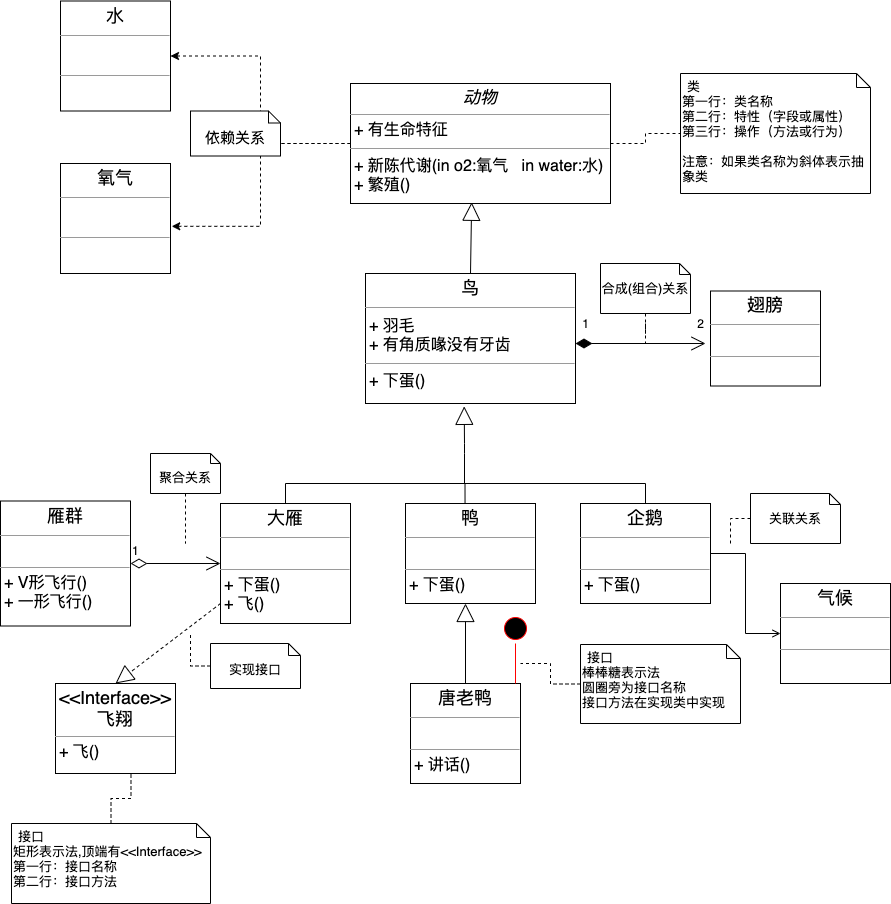
Above: img/uml-demo.png in boilingfrog/design-pattern-learning (draw.io), before the change. Source tidied: cells renumbered, new cells last; positions are measured from the earlier drawing's top-left corner, leaving out a move shared by most shapes.
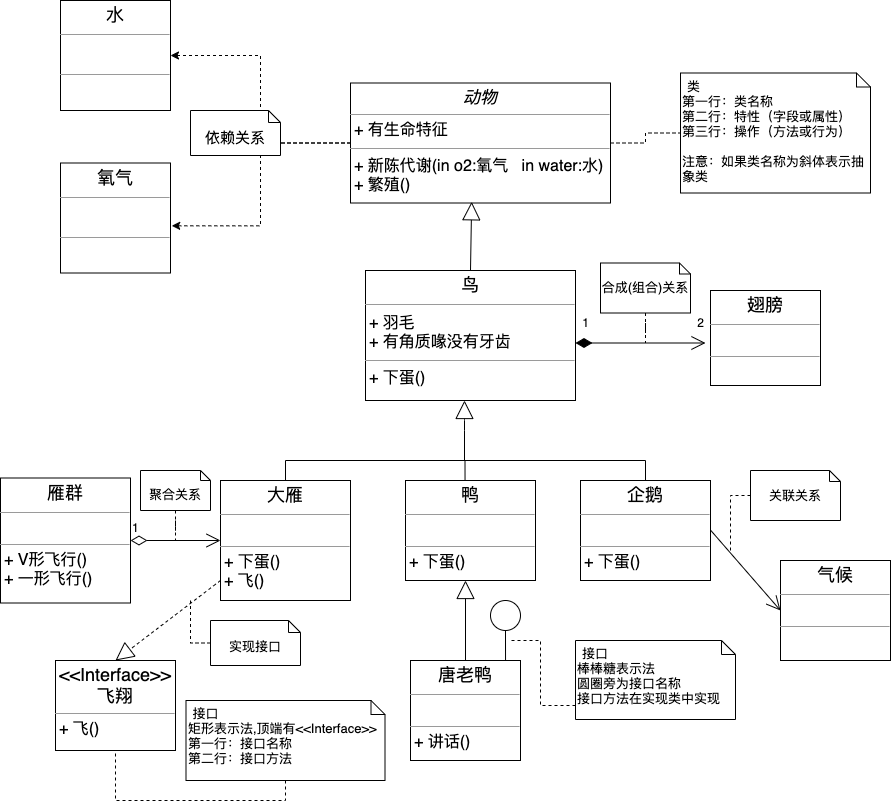
Later version of the same file.

Diff of the diagram source:
```diff
@@ -12,57 +12,58 @@
       <mxGeometry relative="1" as="geometry" />
     </mxCell>
     <mxCell id="5" value="&lt;p style=&quot;margin: 4px 0px 0px ; text-align: center&quot;&gt;&lt;i&gt;&lt;font style=&quot;font-size: 17px&quot;&gt;动物&lt;/font&gt;&lt;/i&gt;&lt;/p&gt;&lt;hr size=&quot;1&quot; style=&quot;font-size: 13px&quot;&gt;&lt;p style=&quot;margin: 0px 0px 0px 4px ; font-size: 16px&quot;&gt;&lt;font style=&quot;font-size: 16px&quot;&gt;+ 有生命特征&lt;br&gt;&lt;/font&gt;&lt;/p&gt;&lt;hr size=&quot;1&quot; style=&quot;font-size: 16px&quot;&gt;&lt;p style=&quot;margin: 0px 0px 0px 4px ; font-size: 16px&quot;&gt;&lt;font style=&quot;font-size: 16px&quot;&gt;+ 新陈代谢(in o2:氧气&amp;nbsp; &amp;nbsp;in water:水)&lt;br&gt;+ 繁殖()&lt;/font&gt;&lt;/p&gt;" style="verticalAlign=top;align=left;overflow=fill;fontSize=12;fontFamily=Helvetica;html=1;" parent="1" vertex="1">
-      <mxGeometry x="350" y="82" width="260" height="120" as="geometry" />
+      <mxGeometry x="350" y="104.5" width="260" height="120" as="geometry" />
     </mxCell>
     <mxCell id="6" value="&lt;font style=&quot;font-size: 13px&quot;&gt;第一行：类名称&lt;br&gt;第二行：特性（字段或属性）&lt;br&gt;第三行：操作（方法或行为）&lt;br&gt;&lt;br&gt;注意：如果类名称为斜体表示抽象类&lt;/font&gt;" style="shape=note2;boundedLbl=1;whiteSpace=wrap;html=1;size=14;verticalAlign=top;align=left;" parent="1" vertex="1">
-      <mxGeometry x="680" y="72" width="190" height="120" as="geometry" />
+      <mxGeometry x="680" y="94.5" width="190" height="120" as="geometry" />
     </mxCell>
     <mxCell id="7" value="类" style="strokeColor=none;fillColor=none;align=left;spacingLeft=5;fontSize=13;" parent="6" vertex="1">
       <mxGeometry width="190" height="25" relative="1" as="geometry" />
     </mxCell>
     <mxCell id="8" value="&lt;p style=&quot;margin: 4px 0px 0px ; text-align: center ; font-size: 18px&quot;&gt;&lt;font style=&quot;font-size: 18px&quot;&gt;鸟&lt;/font&gt;&lt;/p&gt;&lt;hr size=&quot;1&quot; style=&quot;font-size: 18px&quot;&gt;&lt;p style=&quot;margin: 0px 0px 0px 4px ; font-size: 16px&quot;&gt;&lt;font style=&quot;font-size: 16px&quot;&gt;+ 羽毛&lt;br&gt;&lt;/font&gt;&lt;/p&gt;&lt;p style=&quot;margin: 0px 0px 0px 4px ; font-size: 16px&quot;&gt;&lt;font style=&quot;font-size: 16px&quot;&gt;+ 有角质喙没有牙齿&lt;/font&gt;&lt;/p&gt;&lt;hr size=&quot;1&quot; style=&quot;font-size: 16px&quot;&gt;&lt;p style=&quot;margin: 0px 0px 0px 4px ; font-size: 16px&quot;&gt;&lt;font style=&quot;font-size: 16px&quot;&gt;+ 下蛋()&lt;/font&gt;&lt;br&gt;&lt;/p&gt;" style="verticalAlign=top;align=left;overflow=fill;fontSize=12;fontFamily=Helvetica;html=1;" parent="1" vertex="1">
-      <mxGeometry x="365" y="272" width="210" height="130" as="geometry" />
+      <mxGeometry x="365" y="292" width="210" height="130" as="geometry" />
     </mxCell>
     <mxCell id="9" value="&lt;p style=&quot;margin: 4px 0px 0px ; text-align: center ; font-size: 18px&quot;&gt;&lt;font style=&quot;font-size: 18px&quot;&gt;水&lt;/font&gt;&lt;/p&gt;&lt;hr size=&quot;1&quot; style=&quot;font-size: 18px&quot;&gt;&lt;p style=&quot;margin: 0px 0px 0px 4px ; font-size: 18px&quot;&gt;&lt;font style=&quot;font-size: 18px&quot;&gt;&lt;br&gt;&lt;/font&gt;&lt;/p&gt;&lt;hr size=&quot;1&quot; style=&quot;font-size: 18px&quot;&gt;&lt;p style=&quot;margin: 0px 0px 0px 4px ; font-size: 18px&quot;&gt;&lt;br&gt;&lt;/p&gt;" style="verticalAlign=top;align=left;overflow=fill;fontSize=12;fontFamily=Helvetica;html=1;" parent="1" vertex="1">
-      <mxGeometry x="60" y="-0.5" width="110" height="110" as="geometry" />
+      <mxGeometry x="60" y="22" width="110" height="110" as="geometry" />
     </mxCell>
     <mxCell id="10" value="&lt;p style=&quot;margin: 4px 0px 0px ; text-align: center ; font-size: 18px&quot;&gt;&lt;font style=&quot;font-size: 18px&quot;&gt;氧气&lt;/font&gt;&lt;/p&gt;&lt;hr size=&quot;1&quot; style=&quot;font-size: 18px&quot;&gt;&lt;p style=&quot;margin: 0px 0px 0px 4px ; font-size: 18px&quot;&gt;&lt;font style=&quot;font-size: 18px&quot;&gt;&lt;br&gt;&lt;/font&gt;&lt;/p&gt;&lt;hr size=&quot;1&quot; style=&quot;font-size: 18px&quot;&gt;&lt;p style=&quot;margin: 0px 0px 0px 4px ; font-size: 18px&quot;&gt;&lt;br&gt;&lt;/p&gt;" style="verticalAlign=top;align=left;overflow=fill;fontSize=12;fontFamily=Helvetica;html=1;" parent="1" vertex="1">
-      <mxGeometry x="60" y="162" width="110" height="110" as="geometry" />
+      <mxGeometry x="60" y="184.5" width="110" height="110" as="geometry" />
     </mxCell>
     <mxCell id="11" value="&lt;font style=&quot;font-size: 15px&quot;&gt;依赖关系&lt;/font&gt;" style="shape=note2;boundedLbl=1;whiteSpace=wrap;html=1;size=12;verticalAlign=top;align=center;fontSize=12;" parent="1" vertex="1">
-      <mxGeometry x="190" y="109.5" width="90" height="45" as="geometry" />
+      <mxGeometry x="190" y="132" width="90" height="45" as="geometry" />
     </mxCell>
     <mxCell id="12" value="&lt;p style=&quot;margin: 4px 0px 0px ; text-align: center ; font-size: 18px&quot;&gt;&lt;font style=&quot;font-size: 18px&quot;&gt;翅膀&lt;/font&gt;&lt;/p&gt;&lt;hr size=&quot;1&quot; style=&quot;font-size: 18px&quot;&gt;&lt;p style=&quot;margin: 0px 0px 0px 4px ; font-size: 13px&quot;&gt;&lt;font style=&quot;font-size: 13px&quot;&gt;&lt;br&gt;&lt;/font&gt;&lt;/p&gt;&lt;hr size=&quot;1&quot; style=&quot;font-size: 13px&quot;&gt;&lt;p style=&quot;margin: 0px 0px 0px 4px ; font-size: 13px&quot;&gt;&lt;br&gt;&lt;/p&gt;" style="verticalAlign=top;align=left;overflow=fill;fontSize=12;fontFamily=Helvetica;html=1;" parent="1" vertex="1">
-      <mxGeometry x="710" y="289.5" width="110" height="95" as="geometry" />
+      <mxGeometry x="710" y="312" width="110" height="95" as="geometry" />
     </mxCell>
     <mxCell id="13" style="edgeStyle=orthogonalEdgeStyle;rounded=0;jettySize=auto;html=1;dashed=1;fontSize=12;startArrow=none;startFill=0;endArrow=none;endFill=0;strokeWidth=1;" parent="1" edge="1" source="14">
       <mxGeometry relative="1" as="geometry">
-        <mxPoint x="645" y="342" as="targetPoint" />
+        <mxPoint x="645" y="364.5" as="targetPoint" />
       </mxGeometry>
     </mxCell>
     <mxCell id="14" value="&lt;font style=&quot;font-size: 13px&quot;&gt;合成(组合)关系&lt;/font&gt;" style="shape=note2;boundedLbl=1;whiteSpace=wrap;html=1;size=11;verticalAlign=top;align=center;fontSize=12;" parent="1" vertex="1">
-      <mxGeometry x="600" y="262" width="90" height="50" as="geometry" />
+      <mxGeometry x="600" y="284.5" width="90" height="50" as="geometry" />
     </mxCell>
     <mxCell id="15" style="endArrow=open;html=1;endSize=12;startArrow=diamondThin;startSize=14;startFill=1;edgeStyle=orthogonalEdgeStyle;align=left;verticalAlign=bottom;fontSize=12;strokeWidth=1;" parent="1" edge="1">
       <mxGeometry x="-1" y="3" relative="1" as="geometry">
-        <mxPoint x="575" y="342" as="sourcePoint" />
-        <mxPoint x="705" y="342" as="targetPoint" />
+        <mxPoint x="575" y="364.5" as="sourcePoint" />
+        <mxPoint x="705" y="364.5" as="targetPoint" />
       </mxGeometry>
     </mxCell>
     <mxCell id="16" value="1" style="text;html=1;align=center;verticalAlign=middle;strokeColor=none;fontSize=12;" parent="1" vertex="1">
-      <mxGeometry x="575" y="312" width="20" height="20" as="geometry" />
+      <mxGeometry x="575" y="334.5" width="20" height="20" as="geometry" />
     </mxCell>
     <mxCell id="17" value="2" style="text;html=1;align=center;verticalAlign=middle;strokeColor=none;fontSize=12;" parent="1" vertex="1">
-      <mxGeometry x="690" y="312" width="20" height="20" as="geometry" />
+      <mxGeometry x="690" y="334.5" width="20" height="20" as="geometry" />
     </mxCell>
     <mxCell id="18" style="endArrow=block;endSize=16;endFill=0;html=1;fontSize=12;strokeWidth=1;exitX=0.5;exitY=0;exitDx=0;exitDy=0;entryX=0.466;entryY=0.99;entryDx=0;entryDy=0;entryPerimeter=0;" parent="1" edge="1" source="8" target="5">
       <mxGeometry x="1" y="322" relative="1" as="geometry">
         <mxPoint x="190" y="62" as="offset" />
       </mxGeometry>
     </mxCell>
-    <mxCell id="19" style="endArrow=block;endSize=16;endFill=0;html=1;fontSize=12;strokeWidth=1;entryX=0.47;entryY=1.022;entryDx=0;entryDy=0;entryPerimeter=0;" parent="1" edge="1" target="8">
+    <mxCell id="19" style="endArrow=block;endSize=16;endFill=0;html=1;fontSize=12;strokeWidth=1;" parent="1" edge="1">
       <mxGeometry x="1" y="322" relative="1" as="geometry">
         <mxPoint x="464" y="482" as="sourcePoint" />
+        <mxPoint x="464" y="422" as="targetPoint" />
         <Array as="points">
           <mxPoint x="464" y="442" />
         </Array>
@@ -83,9 +84,6 @@
     <mxCell id="22" value="&lt;p style=&quot;margin: 4px 0px 0px ; text-align: center ; font-size: 18px&quot;&gt;&lt;font style=&quot;font-size: 18px&quot;&gt;大雁&lt;/font&gt;&lt;/p&gt;&lt;hr size=&quot;1&quot; style=&quot;font-size: 18px&quot;&gt;&lt;p style=&quot;margin: 0px 0px 0px 4px ; font-size: 13px&quot;&gt;&lt;font style=&quot;font-size: 13px&quot;&gt;&lt;br&gt;&lt;/font&gt;&lt;/p&gt;&lt;hr size=&quot;1&quot; style=&quot;font-size: 13px&quot;&gt;&lt;p style=&quot;margin: 0px 0px 0px 4px ; font-size: 16px&quot;&gt;&lt;font style=&quot;font-size: 16px&quot;&gt;+ 下蛋()&lt;br&gt;&lt;/font&gt;&lt;/p&gt;&lt;p style=&quot;margin: 0px 0px 0px 4px ; font-size: 16px&quot;&gt;&lt;font style=&quot;font-size: 16px&quot;&gt;+ 飞()&lt;/font&gt;&lt;/p&gt;" style="verticalAlign=top;align=left;overflow=fill;fontSize=12;fontFamily=Helvetica;html=1;" parent="1" vertex="1">
       <mxGeometry x="220" y="502" width="130" height="120" as="geometry" />
     </mxCell>
-    <mxCell id="23" style="edgeStyle=orthogonalEdgeStyle;rounded=0;jettySize=auto;html=1;fontSize=12;startArrow=none;startFill=0;endArrow=open;endFill=0;strokeWidth=1;" parent="1" edge="1" source="25" target="31">
-      <mxGeometry relative="1" as="geometry" />
-    </mxCell>
     <mxCell id="24" style="edgeStyle=orthogonalEdgeStyle;rounded=0;jettySize=auto;html=1;entryX=0.458;entryY=-0.004;entryDx=0;entryDy=0;entryPerimeter=0;fontSize=12;startArrow=none;startFill=0;endArrow=none;endFill=0;strokeWidth=1;exitX=0.5;exitY=0;exitDx=0;exitDy=0;" parent="1" edge="1" source="25" target="20">
       <mxGeometry relative="1" as="geometry" />
     </mxCell>
@@ -100,11 +98,11 @@
     </mxCell>
     <mxCell id="28" style="edgeStyle=orthogonalEdgeStyle;rounded=0;jettySize=auto;html=1;dashed=1;fontSize=12;startArrow=none;startFill=0;endArrow=none;endFill=0;strokeWidth=1;" parent="1" edge="1" source="29">
       <mxGeometry relative="1" as="geometry">
-        <mxPoint x="185" y="542" as="targetPoint" />
+        <mxPoint x="175" y="562" as="targetPoint" />
       </mxGeometry>
     </mxCell>
     <mxCell id="29" value="&lt;font style=&quot;font-size: 13px&quot;&gt;聚合关系&lt;/font&gt;" style="shape=note2;boundedLbl=1;whiteSpace=wrap;html=1;size=10;verticalAlign=top;align=center;fontSize=12;" parent="1" vertex="1">
-      <mxGeometry x="150" y="452" width="70" height="40" as="geometry" />
+      <mxGeometry x="140" y="492" width="70" height="40" as="geometry" />
     </mxCell>
     <mxCell id="30" value="&lt;p style=&quot;margin: 4px 0px 0px ; text-align: center ; font-size: 18px&quot;&gt;&lt;font style=&quot;font-size: 18px&quot;&gt;&amp;lt;&amp;lt;Interface&amp;gt;&amp;gt;&lt;br&gt;飞翔&lt;/font&gt;&lt;/p&gt;&lt;hr size=&quot;1&quot; style=&quot;font-size: 13px&quot;&gt;&lt;p style=&quot;margin: 0px 0px 0px 4px&quot;&gt;&lt;font style=&quot;font-size: 16px&quot;&gt;+ 飞()&lt;/font&gt;&lt;br&gt;&lt;/p&gt;" style="verticalAlign=top;align=left;overflow=fill;fontSize=12;fontFamily=Helvetica;html=1;" parent="1" vertex="1">
       <mxGeometry x="55" y="682" width="120" height="90" as="geometry" />
@@ -114,7 +112,7 @@
     </mxCell>
     <mxCell id="32" style="edgeStyle=orthogonalEdgeStyle;rounded=0;jettySize=auto;html=1;dashed=1;fontSize=12;startArrow=none;startFill=0;endArrow=none;endFill=0;strokeWidth=1;" parent="1" edge="1" source="33">
       <mxGeometry relative="1" as="geometry">
-        <mxPoint x="730" y="542" as="targetPoint" />
+        <mxPoint x="730" y="572" as="targetPoint" />
       </mxGeometry>
     </mxCell>
     <mxCell id="33" value="&lt;font style=&quot;font-size: 13px&quot;&gt;关联关系&lt;/font&gt;" style="shape=note2;boundedLbl=1;whiteSpace=wrap;html=1;size=11;verticalAlign=top;align=center;fontSize=12;" parent="1" vertex="1">
@@ -129,18 +127,18 @@
         <mxPoint x="190" y="62" as="offset" />
       </mxGeometry>
     </mxCell>
+    <mxCell id="47" style="edgeStyle=orthogonalEdgeStyle;rounded=0;jettySize=auto;html=1;entryX=0.5;entryY=1;entryDx=0;entryDy=0;fontSize=13;startArrow=none;startFill=0;endArrow=none;endFill=0;strokeWidth=1;exitX=0.5;exitY=1;exitDx=0;exitDy=0;exitPerimeter=0;dashed=1;" parent="1" edge="1" source="36" target="30">
+      <mxGeometry relative="1" as="geometry" />
+    </mxCell>
     <mxCell id="36" value="&lt;font style=&quot;font-size: 13px&quot;&gt;矩形表示法,顶端有&lt;span style=&quot;text-align: center&quot;&gt;&amp;lt;&amp;lt;Interface&amp;gt;&amp;gt;&lt;/span&gt;&lt;br style=&quot;text-align: center&quot;&gt;第一行：接口名称&lt;br&gt;第二行：接口方法&lt;/font&gt;" style="shape=note2;boundedLbl=1;whiteSpace=wrap;html=1;size=14;verticalAlign=top;align=left;" parent="1" vertex="1">
-      <mxGeometry x="11" y="822" width="199" height="80" as="geometry" />
+      <mxGeometry x="185.5" y="722" width="199" height="80" as="geometry" />
     </mxCell>
     <mxCell id="37" value="接口" style="strokeColor=none;fillColor=none;align=left;spacingLeft=5;fontSize=13;" parent="36" vertex="1">
       <mxGeometry width="199" height="25" relative="1" as="geometry" />
     </mxCell>
-    <mxCell id="38" style="edgeStyle=orthogonalEdgeStyle;rounded=0;jettySize=auto;html=1;entryX=0.629;entryY=1;entryDx=0;entryDy=0;entryPerimeter=0;fontSize=12;startArrow=none;startFill=0;endArrow=none;endFill=0;strokeWidth=1;dashed=1;" parent="36" edge="1" source="37" target="30">
-      <mxGeometry relative="1" as="geometry" />
-    </mxCell>
     <mxCell id="39" style="edgeStyle=orthogonalEdgeStyle;rounded=0;jettySize=auto;html=1;dashed=1;fontSize=12;startArrow=none;startFill=0;endArrow=none;endFill=0;strokeWidth=1;" parent="1" edge="1" source="40">
       <mxGeometry relative="1" as="geometry">
-        <mxPoint x="190" y="632" as="targetPoint" />
+        <mxPoint x="190" y="622" as="targetPoint" />
       </mxGeometry>
     </mxCell>
     <mxCell id="40" value="&lt;font style=&quot;font-size: 13px&quot;&gt;实现接口&lt;/font&gt;" style="shape=note2;boundedLbl=1;whiteSpace=wrap;html=1;size=12;verticalAlign=top;align=center;fontSize=12;" parent="1" vertex="1">
@@ -151,24 +149,31 @@
         <mxPoint x="220" y="602" as="sourcePoint" />
       </mxGeometry>
     </mxCell>
-    <mxCell id="42" style="ellipse;html=1;shape=startState;fillColor=#000000;strokeColor=#ff0000;fontSize=12;" parent="1" vertex="1">
-      <mxGeometry x="500" y="612" width="30" height="30" as="geometry" />
-    </mxCell>
-    <mxCell id="43" style="edgeStyle=orthogonalEdgeStyle;html=1;verticalAlign=bottom;endArrow=none;endSize=8;strokeColor=#ff0000;fontSize=12;endFill=0;" parent="1" edge="1" source="42">
-      <mxGeometry relative="1" as="geometry">
-        <mxPoint x="515" y="682" as="targetPoint" />
-      </mxGeometry>
-    </mxCell>
     <mxCell id="44" style="edgeStyle=orthogonalEdgeStyle;rounded=0;jettySize=auto;html=1;fontSize=12;startArrow=none;startFill=0;endArrow=none;endFill=0;strokeWidth=1;dashed=1;" parent="1" edge="1" source="45">
       <mxGeometry relative="1" as="geometry">
-        <mxPoint x="520" y="662" as="targetPoint" />
+        <mxPoint x="510" y="662" as="targetPoint" />
+        <Array as="points">
+          <mxPoint x="540" y="727" />
+          <mxPoint x="540" y="662" />
+        </Array>
       </mxGeometry>
     </mxCell>
     <mxCell id="45" value="&lt;font style=&quot;font-size: 13px&quot;&gt;棒棒糖表示法&lt;br&gt;圆圈旁为接口名称&lt;br&gt;接口方法在实现类中实现&lt;/font&gt;" style="shape=note2;boundedLbl=1;whiteSpace=wrap;html=1;size=14;verticalAlign=top;align=left;" parent="1" vertex="1">
-      <mxGeometry x="580" y="643" width="160" height="79" as="geometry" />
+      <mxGeometry x="575" y="662" width="160" height="79" as="geometry" />
     </mxCell>
     <mxCell id="46" value="接口" style="strokeColor=none;fillColor=none;align=left;spacingLeft=5;fontSize=13;" parent="45" vertex="1">
       <mxGeometry width="160" height="25" relative="1" as="geometry" />
     </mxCell>
+    <mxCell id="48" style="edgeStyle=orthogonalEdgeStyle;rounded=0;jettySize=auto;html=1;entryX=0.864;entryY=0;entryDx=0;entryDy=0;entryPerimeter=0;fontSize=13;startArrow=none;startFill=0;endArrow=none;endFill=0;strokeWidth=1;" parent="1" edge="1" source="49" target="34">
+      <mxGeometry relative="1" as="geometry" />
+    </mxCell>
+    <mxCell id="49" style="ellipse;html=1;fontSize=13;" parent="1" vertex="1">
+      <mxGeometry x="490" y="622" width="30" height="30" as="geometry" />
+    </mxCell>
+    <mxCell id="50" style="endArrow=open;endFill=1;endSize=12;html=1;fontSize=13;strokeWidth=1;entryX=0;entryY=0.5;entryDx=0;entryDy=0;" parent="1" edge="1" target="31">
+      <mxGeometry relative="1" as="geometry">
+        <mxPoint x="710" y="551.6" as="sourcePoint" />
+      </mxGeometry>
+    </mxCell>
   </root>
 </mxGraphModel>
```
